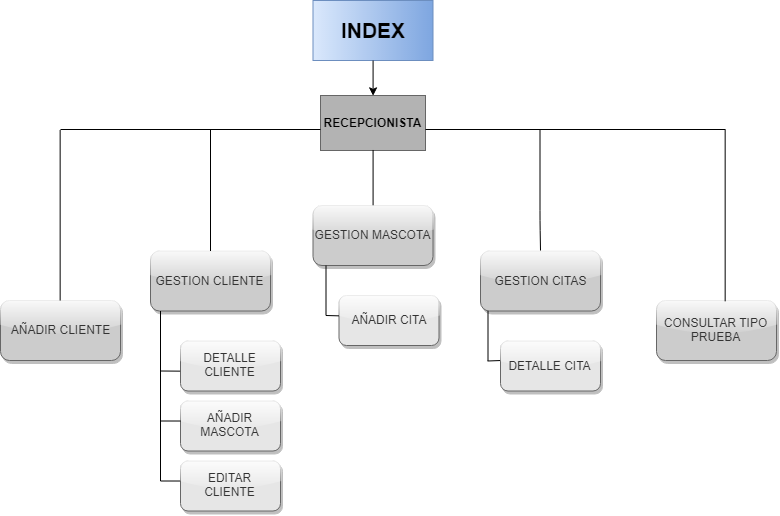
The draw.io diagram MEMORIA/UML Diagrama/UML_Rol_Recepcionista.png in poyatos/VITAL-PET, before a commit. Source tidied: cells renumbered, new cells last; positions are measured from the earlier drawing's top-left corner, leaving out a move shared by most shapes.
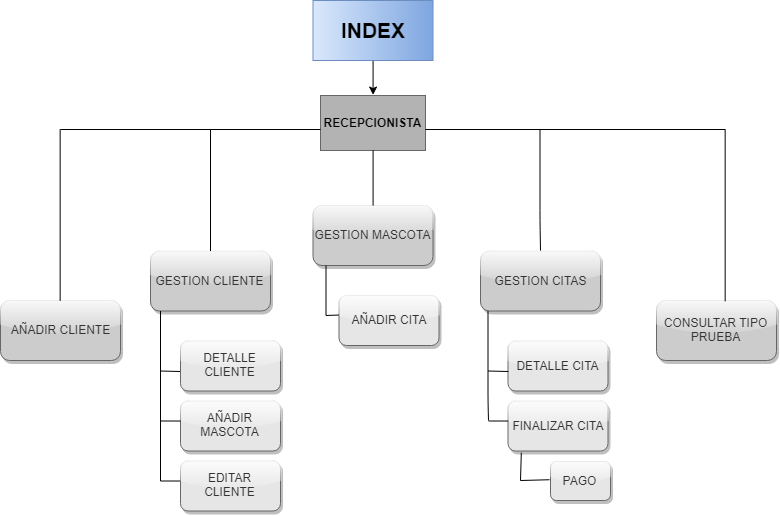
Above is the later version.

Commit message:
Cambios UML Recepcion

The edit, as a diff of the source:
```diff
@@ -108,25 +108,50 @@
         <mxPoint x="325.5" y="315" as="targetPoint" />
       </mxGeometry>
     </mxCell>
+    <mxCell id="30" style="endArrow=none;html=1;exitX=0.5;exitY=0;exitDx=0;exitDy=0;entryX=0;entryY=0.5;entryDx=0;entryDy=0;entryPerimeter=0;" parent="1" edge="1">
+      <mxGeometry relative="1" as="geometry">
+        <mxPoint x="724.7" y="300.8" as="sourcePoint" />
+        <mxPoint x="724.7" y="129.2" as="targetPoint" />
+      </mxGeometry>
+    </mxCell>
     <mxCell id="27" value="DETALLE CITA" style="rounded=1;whiteSpace=wrap;html=1;fillColor=#E6E6E6;strokeColor=#666666;fontColor=#333333;glass=1;shadow=1;" parent="1" vertex="1">
-      <mxGeometry x="500" y="340.5" width="100" height="50" as="geometry" />
+      <mxGeometry x="507.5" y="340.5" width="100" height="50" as="geometry" />
     </mxCell>
-    <mxCell id="28" style="endArrow=none;html=1;exitX=-0.002;exitY=0.401;exitDx=0;exitDy=0;exitPerimeter=0;" parent="1" edge="1" source="27">
-      <mxGeometry relative="1" as="geometry">
-        <mxPoint x="487" y="360.5" as="targetPoint" />
-      </mxGeometry>
-    </mxCell>
-    <mxCell id="29" style="endArrow=none;html=1;entryX=0.935;entryY=0.625;entryDx=0;entryDy=0;entryPerimeter=0;" parent="1" edge="1">
-      <mxGeometry relative="1" as="geometry">
-        <mxPoint x="487.5" y="360.5" as="sourcePoint" />
-        <mxPoint x="487.5" y="310.5" as="targetPoint" />
-      </mxGeometry>
-    </mxCell>
-    <mxCell id="30" style="endArrow=none;html=1;exitX=0.5;exitY=0;exitDx=0;exitDy=0;entryX=0;entryY=0.5;entryDx=0;entryDy=0;entryPerimeter=0;" parent="1" edge="1">
-      <mxGeometry relative="1" as="geometry">
-        <mxPoint x="724.7" y="300.8" as="sourcePoint" />
-        <mxPoint x="724.7" y="129.2" as="targetPoint" />
-      </mxGeometry>
-    </mxCell>
+    <mxCell id="31" value="FINALIZAR CITA" style="rounded=1;whiteSpace=wrap;html=1;fillColor=#E6E6E6;strokeColor=#666666;fontColor=#333333;glass=1;shadow=1;" parent="1" vertex="1">
+      <mxGeometry x="507.5" y="400.5" width="100" height="50" as="geometry" />
+    </mxCell>
+    <mxCell id="32" value="PAGO" style="rounded=1;whiteSpace=wrap;html=1;fillColor=#E6E6E6;strokeColor=#666666;fontColor=#333333;glass=1;shadow=1;" parent="1" vertex="1">
+      <mxGeometry x="550" y="461" width="60" height="39" as="geometry" />
+    </mxCell>
+    <mxCell id="33" style="endArrow=none;html=1;" parent="1" edge="1">
+      <mxGeometry relative="1" as="geometry">
+        <mxPoint x="488" y="420" as="sourcePoint" />
+        <mxPoint x="487.5" y="310.5" as="targetPoint" />
+        <Array as="points">
+          <mxPoint x="487.5" y="401.5" />
+        </Array>
+      </mxGeometry>
+    </mxCell>
+    <mxCell id="34" style="endArrow=none;html=1;exitX=-0.002;exitY=0.6;exitDx=0;exitDy=0;exitPerimeter=0;" parent="1" edge="1" source="27">
+      <mxGeometry relative="1" as="geometry">
+        <mxPoint x="487.5" y="370.5" as="targetPoint" />
+      </mxGeometry>
+    </mxCell>
+    <mxCell id="35" style="endArrow=none;html=1;exitX=-0.002;exitY=0.6;exitDx=0;exitDy=0;exitPerimeter=0;" parent="1" edge="1">
+      <mxGeometry relative="1" as="geometry">
+        <mxPoint x="507.7" y="420.5" as="sourcePoint" />
+        <mxPoint x="488" y="420.5" as="targetPoint" />
+      </mxGeometry>
+    </mxCell>
+    <mxCell id="36" style="endArrow=none;html=1;exitX=-0.008;exitY=0.48;exitDx=0;exitDy=0;exitPerimeter=0;" parent="1" edge="1" source="32">
+      <mxGeometry relative="1" as="geometry">
+        <mxPoint x="520" y="480" as="targetPoint" />
+      </mxGeometry>
+    </mxCell>
+    <mxCell id="37" style="endArrow=none;html=1;exitX=0.13;exitY=1.025;exitDx=0;exitDy=0;exitPerimeter=0;" parent="1" edge="1" source="31">
+      <mxGeometry relative="1" as="geometry">
+        <mxPoint x="520" y="480" as="targetPoint" />
+      </mxGeometry>
+    </mxCell>
   </root>
 </mxGraphModel>
```
